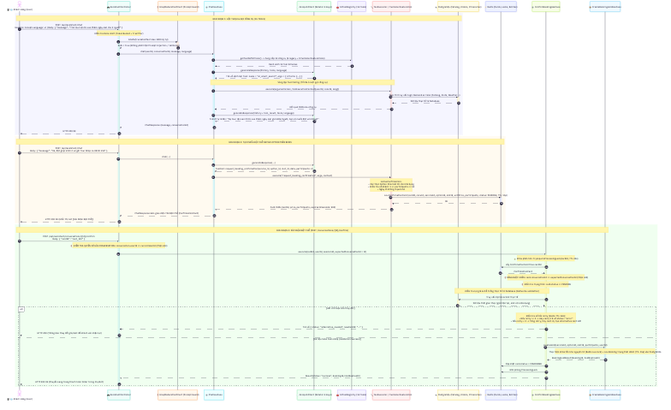
capkimkhanh2k5/PBL6_HTTT keeps this Mermaid diagram as docs/BE_WorkFlows/AI/AI_Travel_Assistant_MultiTool_Flow.png. Above is the earlier version. Its source is kept beside it as docs/BE_WorkFlows/AI/codeFlows/AI_Travel_Assistant_MultiTool_Flow.mmd.
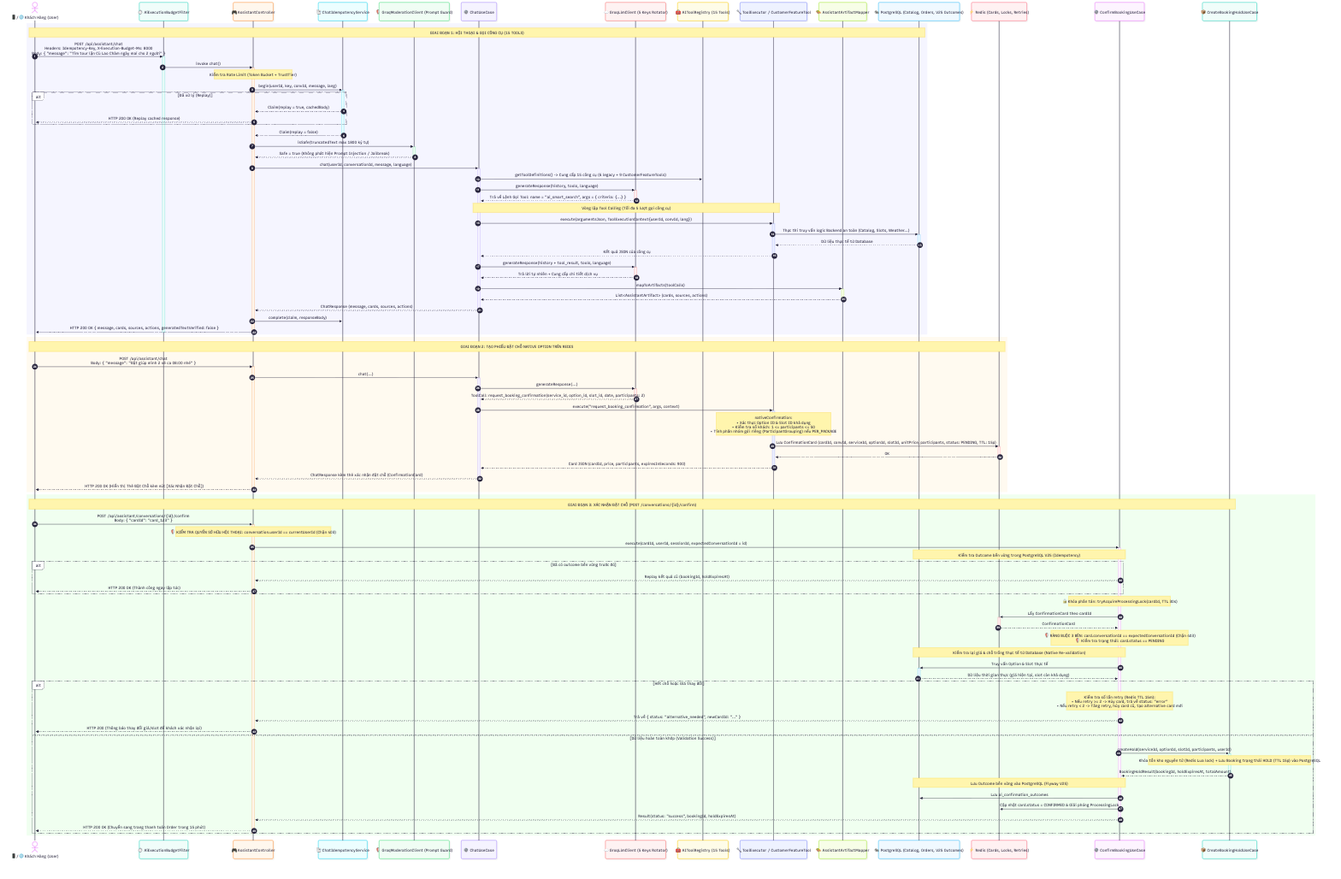
Above is the later version.

The edit, as a diff of the source:
```diff
@@ -2,23 +2,38 @@
     autonumber
 
     actor Client as 📱/🌐 Khách Hàng (User)
+    participant Budget as ⏱️ AiExecutionBudgetFilter
     participant Ctrl as 🎮 AssistantController
+    participant Idem as 📑 ChatIdempotencyService
     participant Guard as 🛡️ GroqModerationClient (Prompt Guard)
     participant ChatUC as ⚙️ ChatUseCase
-    participant Groq as ☁️ GroqLlmClient (Rotator 5 Keys)
+    participant Groq as ☁️ GroqLlmClient (5 Keys Rotator)
     participant Registry as 🧰 AIToolRegistry (15 Tools)
     participant ToolExec as 🔧 ToolExecutor / CustomerFeatureTool
-    participant DB as 🐘 PostgreSQL (Catalog, Orders, Itineraries)
+    participant Mapper as 🎨 AssistantArtifactMapper
+    participant DB as 🐘 PostgreSQL (Catalog, Orders, V25 Outcomes)
     participant Redis as ⚡ Redis (Cards, Locks, Retries)
     participant ConfirmUC as ⚙️ ConfirmBookingUseCase
     participant HoldUC as 📦 CreateBookingHoldUseCase
 
     rect rgb(245, 245, 255)
         Note over Client, DB: GIAI ĐOẠN 1: HỘI THOẠI & GỌI CÔNG CỤ (15 TOOLS)
-        Client->>Ctrl: POST /api/assistant/chat<br/>Headers: Accept-Language: vi | Body: { "message": "Tìm tour lặn Cù Lao Chàm ngày mai cho 2 người" }
+        Client->>Budget: POST /api/assistant/chat<br/>Headers: Idempotency-Key, X-Execution-Budget-Ms: 8000<br/>Body: { "message": "Tìm tour lặn Cù Lao Chàm ngày mai cho 2 người" }
+        activate Budget
+
+        Budget->>Ctrl: invoke chat()
         activate Ctrl
 
         Note over Ctrl: Kiểm tra Rate Limit (Token Bucket + TrustTier)
+        Ctrl->>Idem: begin(userId, key, convId, message, lang)
+        activate Idem
+        alt Đã xử lý (Replay)
+            Idem-->>Ctrl: Claim(replay = true, cachedBody)
+            Ctrl-->>Client: HTTP 200 OK (Replay cached response)
+        end
+        Idem-->>Ctrl: Claim(replay = false)
+        deactivate Idem
+
         Ctrl->>Guard: isSafe(truncatedText max 1800 ký tự)
         activate Guard
         Guard-->>Ctrl: Safe = true (Không phát hiện Prompt Injection / Jailbreak)
@@ -28,10 +43,6 @@
         activate ChatUC
 
         ChatUC->>Registry: getToolDefinitions() -> Cung cấp 15 công cụ (6 legacy + 9 CustomerFeatureTools)
-        activate Registry
-        Registry-->>ChatUC: Danh sách 15 Tool Schemas
-        deactivate Registry
-
         ChatUC->>Groq: generateResponse(history, tools, language)
         activate Groq
         Groq-->>ChatUC: Trả về Lệnh Gọi Tool: name = "ai_smart_search", args = { criteria: {...} }
@@ -49,18 +60,26 @@
 
         ChatUC->>Groq: generateResponse(history + tool_result, tools, language)
         activate Groq
-        Groq-->>ChatUC: Trả lời tự nhiên: "Dạ tour lặn san hô Cù Lao Chàm ngày mai giá 500k/người, bạn có muốn đặt vé không?"
+        Groq-->>ChatUC: Trả lời tự nhiên + Cung cấp chi tiết dịch vụ
         deactivate Groq
 
-        ChatUC-->>Ctrl: ChatResponse (message, conversationId)
+        ChatUC->>Mapper: mapToArtifacts(toolCalls)
+        activate Mapper
+        Mapper-->>ChatUC: List<AssistantArtifact> (cards, sources, actions)
+        deactivate Mapper
+
+        ChatUC-->>Ctrl: ChatResponse (message, cards, sources, actions)
         deactivate ChatUC
-        Ctrl-->>Client: HTTP 200 OK
+
+        Ctrl->>Idem: complete(claim, responseBody)
+        Ctrl-->>Client: HTTP 200 OK { message, cards, sources, actions, generatedTextVerified: false }
         deactivate Ctrl
+        deactivate Budget
     end
 
     rect rgb(255, 250, 240)
         Note over Client, Redis: GIAI ĐOẠN 2: TẠO PHIẾU ĐẶT CHỖ NATIVE OPTION TRÊN REDIS
-        Client->>Ctrl: POST /api/assistant/chat<br/>Body: { "message": "Ok, đặt giúp mình 2 vé gói Tour Ghép ca 08:00 nhé" }
+        Client->>Ctrl: POST /api/assistant/chat<br/>Body: { "message": "Đặt giúp mình 2 vé ca 08:00 nhé" }
         activate Ctrl
         Ctrl->>ChatUC: chat(...)
         activate ChatUC
@@ -71,7 +90,7 @@
 
         ChatUC->>ToolExec: execute("request_booking_confirmation", args, context)
         activate ToolExec
-        Note over ToolExec: nativeConfirmation:<br/>• Xác thực Option ID & Slot ID còn khả dụng<br/>• Kiểm tra số khách: 1 <= participants <= 50<br/>• Ngày đi không ở quá khứ
+        Note over ToolExec: nativeConfirmation:<br/>• Xác thực Option ID & Slot ID khả dụng<br/>• Kiểm tra số khách: 1 <= participants <= 50<br/>• Tính phân nhóm gói riêng (ParticipantGrouping) nếu PER_PACKAGE
         ToolExec->>Redis: Lưu ConfirmationCard (cardId, convId, serviceId, optionId, slotId, unitPrice, participants, status: PENDING, TTL: 15p)
         activate Redis
         Redis-->>ToolExec: OK
@@ -79,9 +98,9 @@
         ToolExec-->>ChatUC: Card JSON (cardId, price, participants, expiresInSeconds: 900)
         deactivate ToolExec
 
-        ChatUC-->>Ctrl: ChatResponse kèm giao diện Thẻ Đặt Chỗ (ConfirmationCard)
+        ChatUC-->>Ctrl: ChatResponse kèm thẻ xác nhận đặt chỗ (ConfirmationCard)
         deactivate ChatUC
-        Ctrl-->>Client: HTTP 200 OK (Hiển thị nút [Xác Nhận Đặt Chỗ])
+        Ctrl-->>Client: HTTP 200 OK (Hiển thị Thẻ Đặt Chỗ kèm nút [Xác Nhận Đặt Chỗ])
         deactivate Ctrl
     end
 
@@ -90,9 +109,15 @@
         Client->>Ctrl: POST /api/assistant/conversations/{id}/confirm<br/>Body: { "cardId": "card_123" }
         activate Ctrl
 
-        Note over Ctrl: 🛡️ KIỂM TRA QUYỀN SỞ HỮU CONVERSATION: conversation.userId == currentUserId (Chặn 403)
+        Note over Ctrl: 🛡️ KIỂM TRA QUYỀN SỞ HỮU HỘI THOẠI: conversation.userId == currentUserId (Chặn 403)
         Ctrl->>ConfirmUC: execute(cardId, userId, sessionId, expectedConversationId = id)
         activate ConfirmUC
+
+        Note over ConfirmUC, DB: Kiểm tra Outcome bền vững trong PostgreSQL V25 (Idempotency)
+        alt Đã có outcome bền vững trước đó
+            ConfirmUC-->>Ctrl: Replay kết quả cũ (bookingId, holdExpiresAt)
+            Ctrl-->>Client: HTTP 200 OK (Thành công ngay lập tức)
+        end
 
         Note over ConfirmUC: 🔒 Khóa phân tán: tryAcquireProcessingLock(cardId, TTL 30s)
         ConfirmUC->>Redis: Lấy ConfirmationCard theo cardId
@@ -100,8 +125,7 @@
         Redis-->>ConfirmUC: ConfirmationCard
         deactivate Redis
 
-        Note over ConfirmUC: 🛡️ RÀNG BUỘC 3 BÊN: card.conversationId == expectedConversationId (Chặn 403)
-        Note over ConfirmUC: 🛡️ Kiểm tra trạng thái: card.status == PENDING
+        Note over ConfirmUC: 🛡️ RÀNG BUỘC 3 BÊN: card.conversationId == expectedConversationId (Chặn 403)<br/>🛡️ Kiểm tra trạng thái: card.status == PENDING
 
         Note over ConfirmUC, DB: Kiểm tra lại giá & chỗ trống thực tế từ Database (Native Re-validation)
         ConfirmUC->>DB: Truy vấn Option & Slot thực tế
@@ -116,12 +140,13 @@
         else Dữ liệu hoàn toàn khớp (Validation Success)
             ConfirmUC->>HoldUC: createHold(serviceId, optionId, slotId, participants, userId)
             activate HoldUC
-            Note over HoldUC: Thực hiện khóa tồn kho nguyên tử (Redis Lua lock) + Lưu Booking trạng thái HOLD (TTL 15p) vào PostgreSQL
-            HoldUC-->>ConfirmUC: BookingHoldResult(bookingId, holdExpiresAt)
+            Note over HoldUC: Khóa tồn kho nguyên tử (Redis Lua lock) + Lưu Booking trạng thái HOLD (TTL 15p) vào PostgreSQL
+            HoldUC-->>ConfirmUC: BookingHoldResult(bookingId, holdExpiresAt, totalAmount)
             deactivate HoldUC
 
-            ConfirmUC->>Redis: Cập nhật card.status = CONFIRMED
-            ConfirmUC->>Redis: Giải phóng ProcessingLock
+            Note over ConfirmUC, DB: Lưu Outcome bền vững vào PostgreSQL (Flyway V25)
+            ConfirmUC->>DB: Lưu ai_confirmation_outcomes
+            ConfirmUC->>Redis: Cập nhật card.status = CONFIRMED & Giải phóng ProcessingLock
             ConfirmUC-->>Ctrl: Result(status: "success", bookingId, holdExpiresAt)
             deactivate ConfirmUC
             Ctrl-->>Client: HTTP 200 OK (Chuyển sang trang thanh toán Order trong 15 phút)
```
